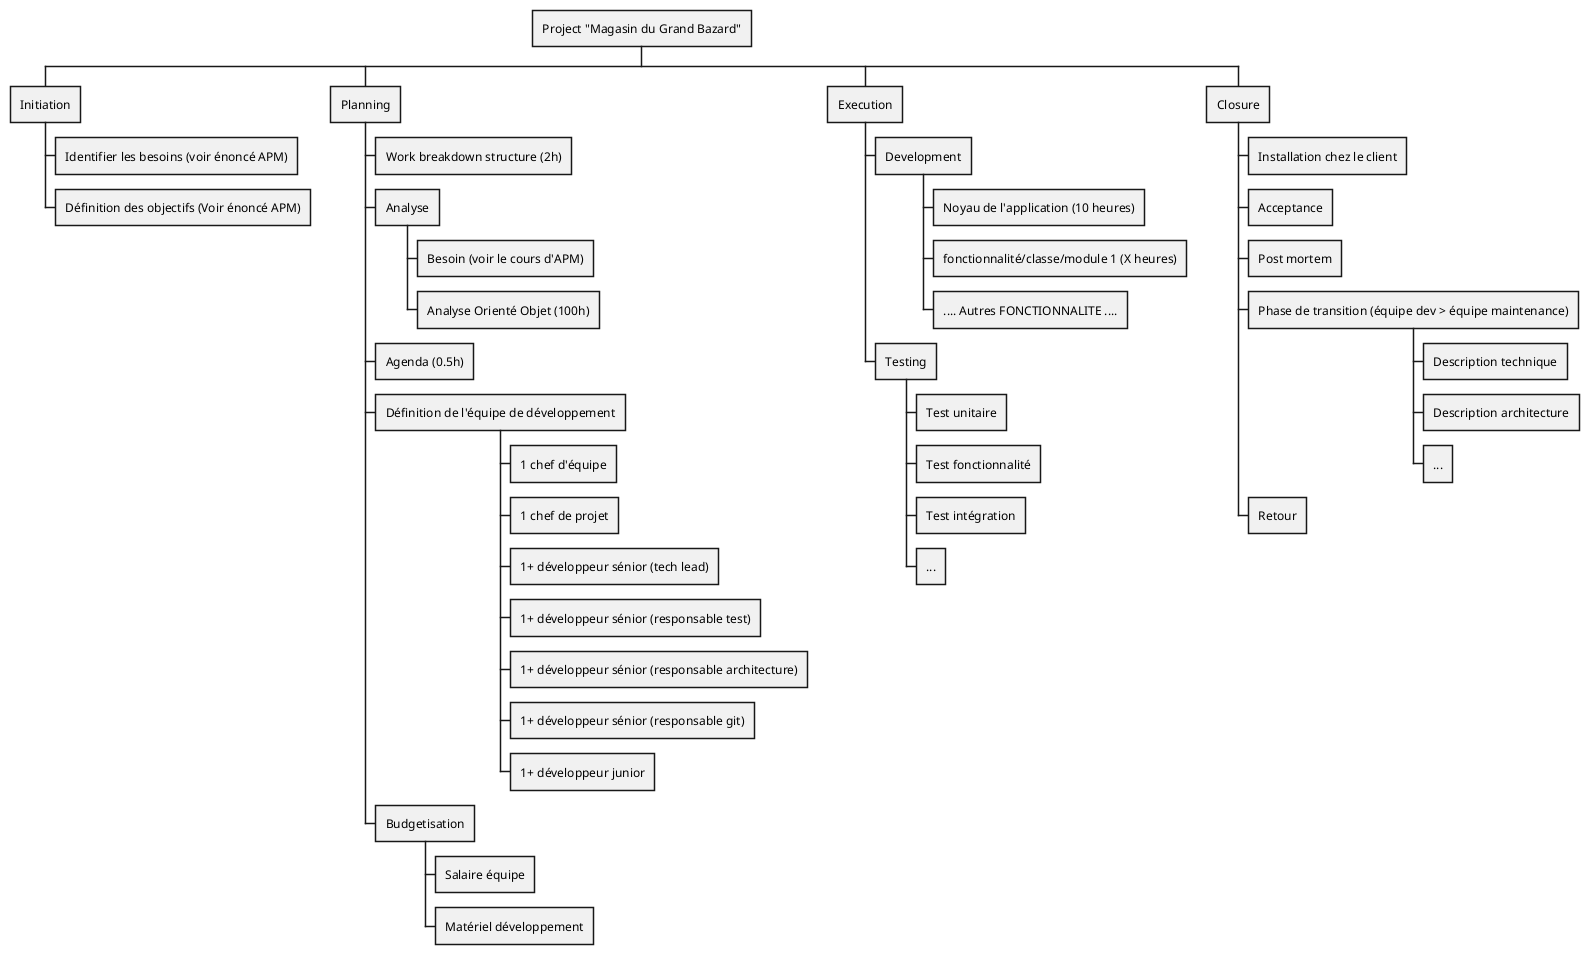
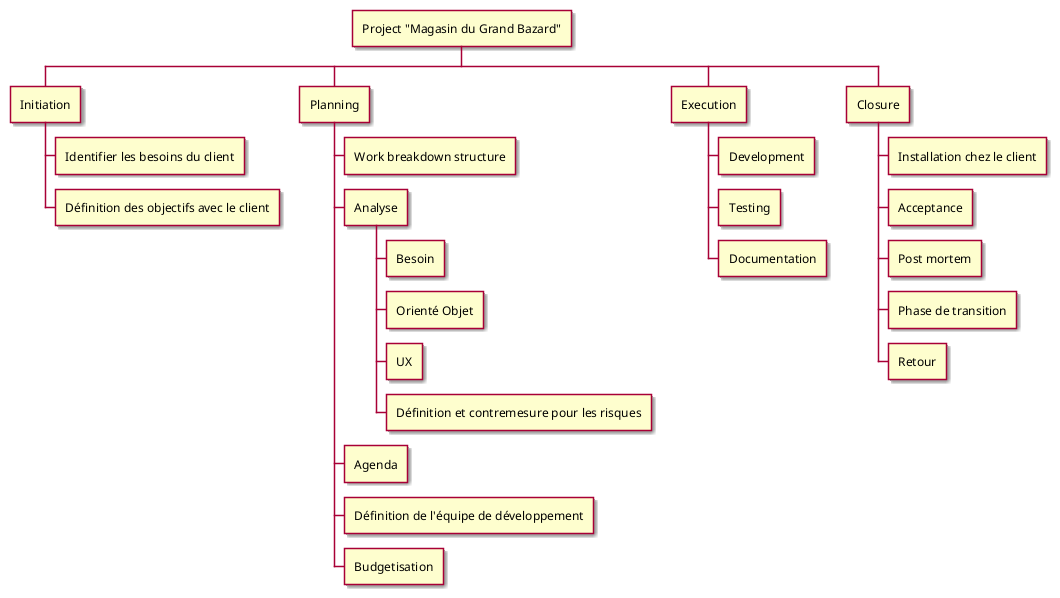
@startwbs
+ skin rose
+ 
* Project "Magasin du Grand Bazard"
** Initiation
- *** Identifier les besoins (voir énoncé APM)
- *** Définition des objectifs (Voir énoncé APM)
+ *** Identifier les besoins du client
+ *** Définition des objectifs avec le client
** Planning
- *** Work breakdown structure (2h)
+ *** Work breakdown structure
*** Analyse
- **** Besoin (voir le cours d'APM)
- **** Analyse Orienté Objet (100h)
- *** Agenda (0.5h)
+ **** Besoin
+ **** Orienté Objet
+ **** UX
+ **** Définition et contremesure pour les risques
+ *** Agenda
*** Définition de l'équipe de développement
- **** 1 chef d'équipe
- **** 1 chef de projet
- **** 1+ développeur sénior (tech lead)
- **** 1+ développeur sénior (responsable test)
- **** 1+ développeur sénior (responsable architecture)
- **** 1+ développeur sénior (responsable git)
- **** 1+ développeur junior
*** Budgetisation
- **** Salaire équipe
- **** Matériel développement
** Execution
*** Development
- **** Noyau de l'application (10 heures)
- **** fonctionnalité/classe/module 1 (X heures)
- **** .... Autres FONCTIONNALITE ....
*** Testing
- **** Test unitaire
- ' 1 dev écrit le code, 1 dev décrit le test, 1 dev écrit le test
- **** Test fonctionnalité
- **** Test intégration
- **** ...
+ *** Documentation
** Closure
*** Installation chez le client
*** Acceptance
*** Post mortem
- *** Phase de transition (équipe dev > équipe maintenance)
- **** Description technique
- **** Description architecture
- **** ...
+ *** Phase de transition
*** Retour
@endwbs
